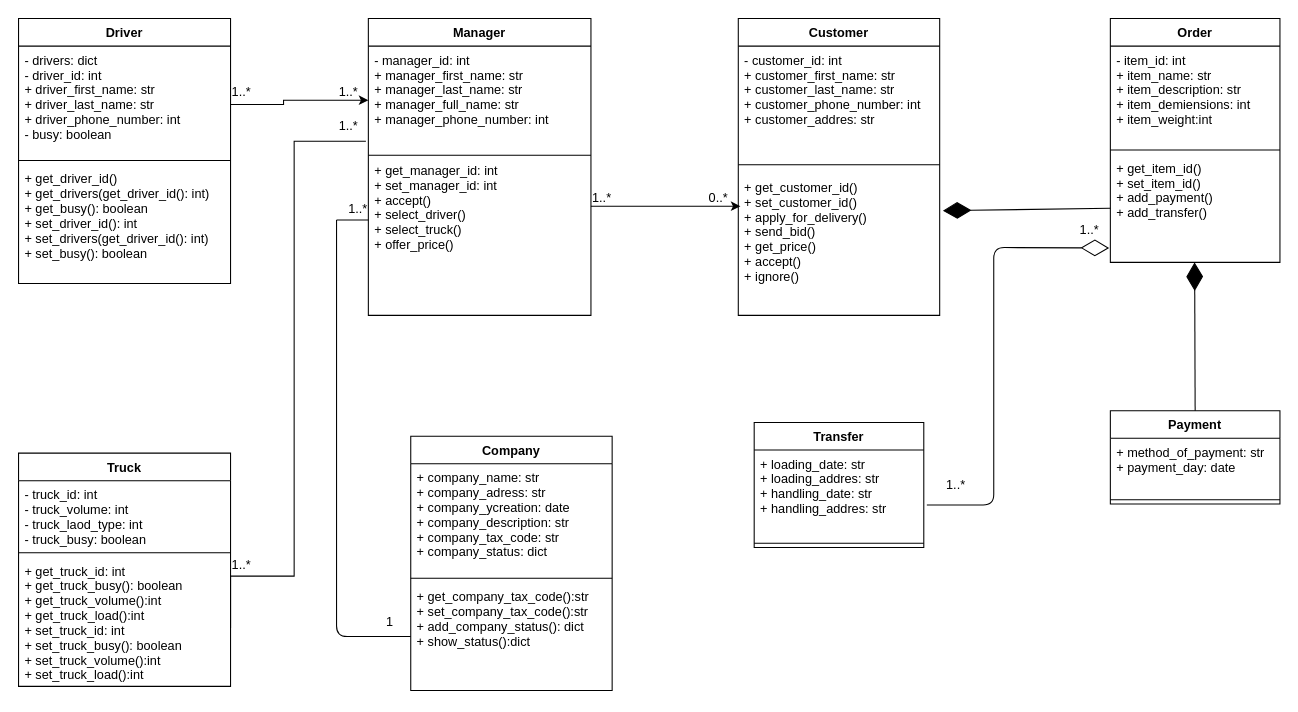
The draw.io diagram page "Page-1" (1 of 2) of d.drawio in Argam431/PYTHON3-2, before the edit. Source tidied: cells renumbered, new cells numbered last; positions are measured from the earlier drawing's top-left corner, leaving out a move shared by most shapes. Both pictures are drawn from the tidied source at 106%, with x=0, y=0 at pixel (18, 18).
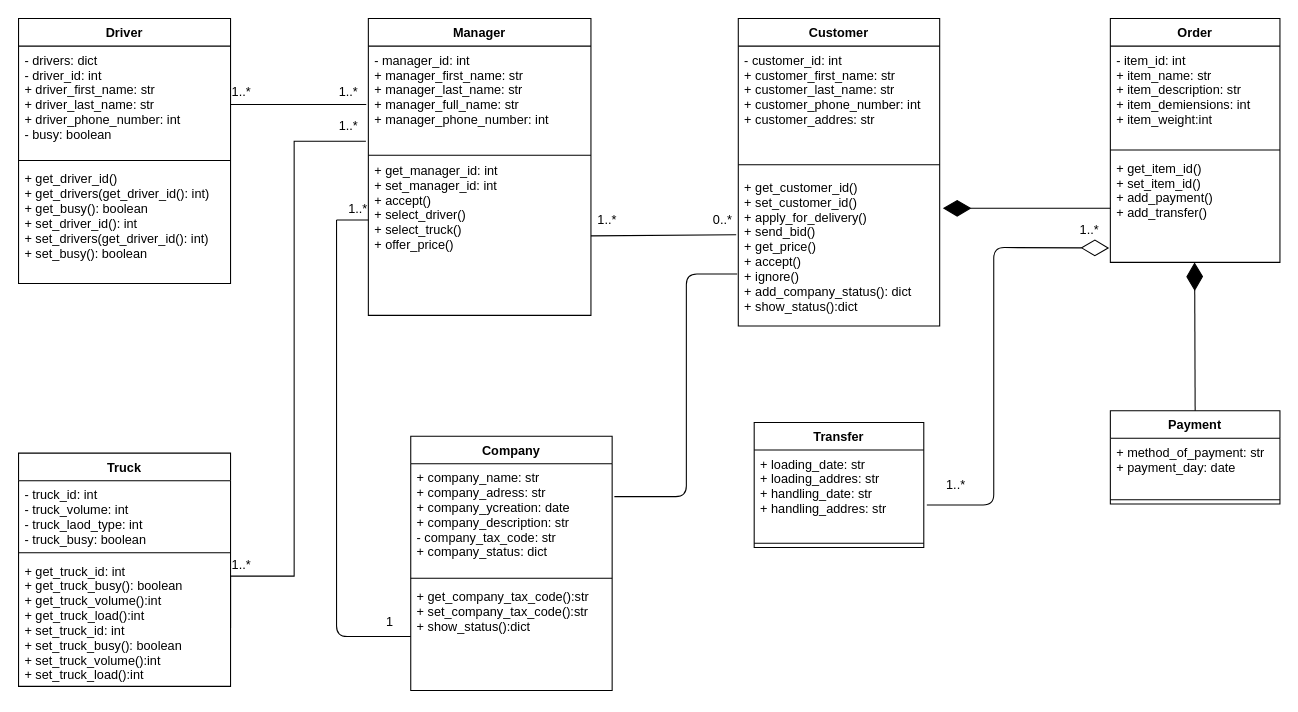
The same page after the edit.

The change refers to these unchanged cells:
```xml
<mxCell id="4" value="+ get_manager_id: int&#10;+ set_manager_id: int&#10;+ accept()&#10;+ select_driver()&#10;+ select_truck()&#10;+ offer_price()&#10;&#10;&#10;" style="text;strokeColor=none;fillColor=none;align=left;verticalAlign=top;spacingLeft=4;spacingRight=4;overflow=hidden;points=[[0,0.5],[1,0.5]];portConstraint=eastwest;" parent="2" vertex="1">
  <mxGeometry y="130" width="210" height="150" as="geometry" />
</mxCell>
<mxCell id="5" value="1..*" style="text;html=1;align=center;verticalAlign=middle;points=[];strokeColor=none;" parent="1" vertex="1">
  <mxGeometry x="296" y="60" width="30" height="20" as="geometry" />
</mxCell>
<mxCell id="27" value="+ get_item_id()&#10;+ set_item_id()&#10;+ add_payment()&#10;+ add_transfer()&#10;" style="text;strokeColor=none;fillColor=none;align=left;verticalAlign=top;spacingLeft=4;spacingRight=4;overflow=hidden;points=[[0,0.5],[1,0.5]];portConstraint=eastwest;" parent="24" vertex="1">
  <mxGeometry y="128" width="160" height="102" as="geometry" />
</mxCell>
<mxCell id="34" value="Company" style="swimlane;fontStyle=1;align=center;verticalAlign=top;horizontal=1;startSize=26;" parent="1" vertex="1">
  <mxGeometry x="370" y="394" width="190" height="240" as="geometry" />
</mxCell>
```

What changed in the source:
```diff
@@
     <mxCell id="6" value="Customer" style="swimlane;fontStyle=1;align=center;verticalAlign=top;horizontal=1;startSize=26;" parent="1" vertex="1">
-      <mxGeometry x="679" width="190" height="280" as="geometry" />
+      <mxGeometry x="679" width="190" height="290" as="geometry" />
     </mxCell>
@@
-    <mxCell id="9" value="+ get_customer_id()&#10;+ set_customer_id()&#10;+ apply_for_delivery()&#10;+ send_bid()&#10;+ get_price()&#10;+ accept()&#10;+ ignore()&#10;&#10;&#10;" style="text;strokeColor=none;fillColor=none;align=left;verticalAlign=top;spacingLeft=4;spacingRight=4;overflow=hidden;points=[[0,0.5],[1,0.5]];portConstraint=eastwest;" parent="6" vertex="1">
-      <mxGeometry y="146" width="190" height="134" as="geometry" />
+    <mxCell id="9" value="+ get_customer_id()&#10;+ set_customer_id()&#10;+ apply_for_delivery()&#10;+ send_bid()&#10;+ get_price()&#10;+ accept()&#10;+ ignore()&#10;+ add_company_status(): dict&#10;+ show_status():dict&#10;&#10;&#10;" style="text;strokeColor=none;fillColor=none;align=left;verticalAlign=top;spacingLeft=4;spacingRight=4;overflow=hidden;points=[[0,0.5],[1,0.5]];portConstraint=eastwest;" parent="6" vertex="1">
+      <mxGeometry y="146" width="190" height="144" as="geometry" />
     </mxCell>
@@
-    <mxCell id="11" style="edgeStyle=orthogonalEdgeStyle;rounded=0;jettySize=auto;html=1;" parent="1" edge="1" source="4">
-      <mxGeometry relative="1" as="geometry">
-        <mxPoint x="681" y="177" as="targetPoint" />
-        <Array as="points">
-          <mxPoint x="681" y="177" />
-        </Array>
-      </mxGeometry>
-    </mxCell>
     <mxCell id="12" value="1..*" style="text;html=1;align=center;verticalAlign=middle;strokeColor=none;" parent="1" vertex="1">
-      <mxGeometry x="535" y="160" width="30" height="20" as="geometry" />
+      <mxGeometry x="540" y="180" width="30" height="20" as="geometry" />
     </mxCell>
     <mxCell id="13" value="0..*" style="text;html=1;align=center;verticalAlign=middle;strokeColor=none;" parent="1" vertex="1">
-      <mxGeometry x="645" y="160" width="30" height="20" as="geometry" />
+      <mxGeometry x="649" y="180" width="30" height="20" as="geometry" />
     </mxCell>
@@
-    <mxCell id="22" style="edgeStyle=elbowEdgeStyle;rounded=0;orthogonalLoop=1;jettySize=auto;html=1;exitX=1;exitY=0.5;exitDx=0;exitDy=0;entryX=0;entryY=0.5;entryDx=0;entryDy=0;" parent="1" edge="1">
-      <mxGeometry relative="1" as="geometry">
-        <mxPoint x="200" y="81" as="sourcePoint" />
-        <mxPoint x="330" y="77" as="targetPoint" />
-        <Array as="points">
-          <mxPoint x="250" y="37" />
-          <mxPoint x="300" y="17" />
-          <mxPoint x="270" y="137" />
-        </Array>
-      </mxGeometry>
-    </mxCell>
@@
-    <mxCell id="35" value="+ company_name: str&#10;+ company_adress: str&#10;+ company_ycreation: date&#10;+ company_description: str&#10;+ company_tax_code: str&#10;+ company_status: dict&#10;&#10;" style="text;strokeColor=none;fillColor=none;align=left;verticalAlign=top;spacingLeft=4;spacingRight=4;overflow=hidden;points=[[0,0.5],[1,0.5]];portConstraint=eastwest;" parent="34" vertex="1">
+    <mxCell id="35" value="+ company_name: str&#10;+ company_adress: str&#10;+ company_ycreation: date&#10;+ company_description: str&#10;- company_tax_code: str&#10;+ company_status: dict&#10;&#10;" style="text;strokeColor=none;fillColor=none;align=left;verticalAlign=top;spacingLeft=4;spacingRight=4;overflow=hidden;points=[[0,0.5],[1,0.5]];portConstraint=eastwest;" parent="34" vertex="1">
       <mxGeometry y="26" width="190" height="104" as="geometry" />
     </mxCell>
@@
-    <mxCell id="37" value="+ get_company_tax_code():str&#10;+ set_company_tax_code():str&#10;+ add_company_status(): dict&#10;+ show_status():dict&#10;&#10;&#10;" style="text;strokeColor=none;fillColor=none;align=left;verticalAlign=top;spacingLeft=4;spacingRight=4;overflow=hidden;points=[[0,0.5],[1,0.5]];portConstraint=eastwest;" parent="34" vertex="1">
+    <mxCell id="37" value="+ get_company_tax_code():str&#10;+ set_company_tax_code():str&#10;+ show_status():dict&#10;&#10;&#10;" style="text;strokeColor=none;fillColor=none;align=left;verticalAlign=top;spacingLeft=4;spacingRight=4;overflow=hidden;points=[[0,0.5],[1,0.5]];portConstraint=eastwest;" parent="34" vertex="1">
       <mxGeometry y="138" width="190" height="102" as="geometry" />
     </mxCell>
@@
-    <mxCell id="48" style="endArrow=diamondThin;endFill=1;endSize=24;html=1;entryX=1.016;entryY=0.263;entryDx=0;entryDy=0;exitX=0;exitY=0.5;exitDx=0;exitDy=0;entryPerimeter=0;" parent="1" edge="1" source="27" target="9">
-      <mxGeometry relative="1" as="geometry" />
+    <mxCell id="48" style="endArrow=diamondThin;endFill=1;endSize=24;html=1;exitX=0;exitY=0.5;exitDx=0;exitDy=0;" parent="1" edge="1" source="27">
+      <mxGeometry relative="1" as="geometry">
+        <mxPoint x="872" y="179" as="targetPoint" />
+      </mxGeometry>
     </mxCell>
@@
+    <mxCell id="50" style="endArrow=none;html=1;exitX=1;exitY=0.5;exitDx=0;exitDy=0;" parent="1" edge="1" source="4">
+      <mxGeometry relative="1" as="geometry">
+        <mxPoint x="677" y="204" as="targetPoint" />
+      </mxGeometry>
+    </mxCell>
+    <mxCell id="51" style="endArrow=none;html=1;entryX=1.067;entryY=1.05;entryDx=0;entryDy=0;entryPerimeter=0;" parent="1" edge="1" target="5">
+      <mxGeometry relative="1" as="geometry">
+        <mxPoint x="200" y="81" as="sourcePoint" />
+      </mxGeometry>
+    </mxCell>
+    <mxCell id="52" style="endArrow=none;html=1;exitX=1.011;exitY=0.298;exitDx=0;exitDy=0;exitPerimeter=0;" parent="1" edge="1" source="35">
+      <mxGeometry relative="1" as="geometry">
+        <mxPoint x="678" y="241" as="targetPoint" />
+        <Array as="points">
+          <mxPoint x="630" y="451" />
+          <mxPoint x="630" y="241" />
+        </Array>
+      </mxGeometry>
+    </mxCell>
```
